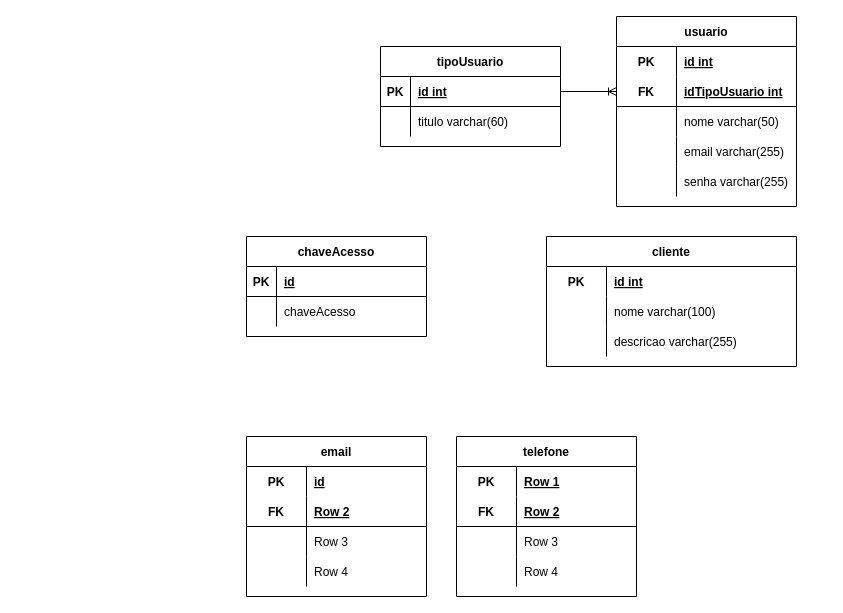
LimaGustav/BlockTime keeps this draw.io diagram as page "Modelagem Lógica" (3 of 4) of Der.drawio. Above is the earlier version. Source tidied: cells renumbered, new cells numbered last; positions are measured from the earlier drawing's top-left corner, leaving out a move shared by most shapes. Both pictures are drawn from the tidied source at 100%, with x=0, y=0 at pixel (246, 16).
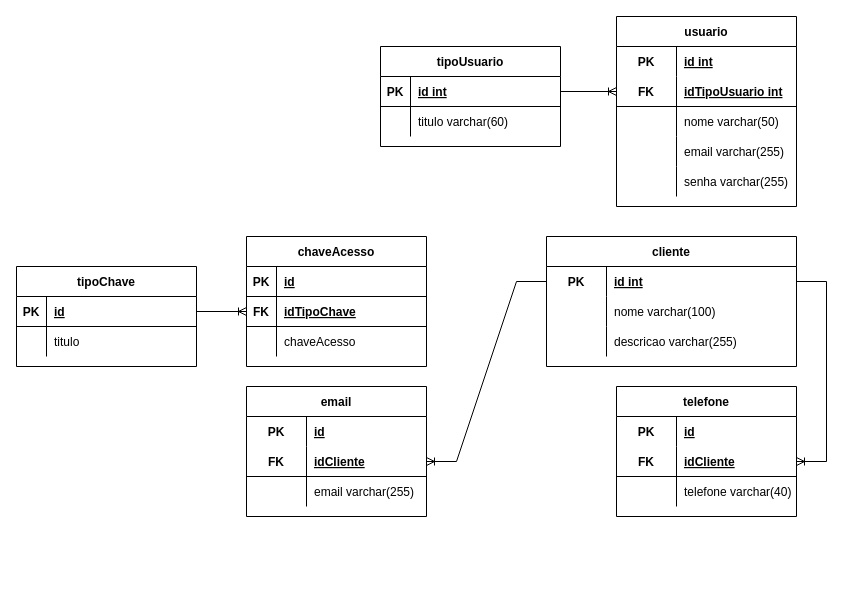
After the change.

Unchanged cells that the change refers to:
```xml
<mxCell id="26" style="shape=tableRow;horizontal=0;startSize=0;swimlaneHead=0;swimlaneBody=0;fillColor=none;points=[[0,0.5],[1,0.5]];portConstraint=eastwest;top=0;left=0;right=0;bottom=0;" parent="25" vertex="1">
  <mxGeometry y="30" width="250" height="30" as="geometry" />
</mxCell>
<mxCell id="47" style="shape=tableRow;horizontal=0;startSize=0;swimlaneHead=0;swimlaneBody=0;fillColor=none;points=[[0,0.5],[1,0.5]];portConstraint=eastwest;top=0;left=0;right=0;bottom=1;" parent="43" vertex="1">
  <mxGeometry y="60" width="180" height="30" as="geometry" />
</mxCell>
<mxCell id="50" style="shape=tableRow;horizontal=0;startSize=0;swimlaneHead=0;swimlaneBody=0;fillColor=none;top=0;left=0;right=0;bottom=0;" parent="43" vertex="1">
  <mxGeometry y="90" width="180" height="30" as="geometry" />
</mxCell>
<mxCell id="57" style="shape=tableRow;horizontal=0;startSize=0;swimlaneHead=0;swimlaneBody=0;fillColor=none;top=0;left=0;right=0;bottom=0;" parent="56" vertex="1">
  <mxGeometry y="30" width="180" height="30" as="geometry" />
</mxCell>
<mxCell id="60" style="shape=tableRow;horizontal=0;startSize=0;swimlaneHead=0;swimlaneBody=0;fillColor=none;points=[[0,0.5],[1,0.5]];portConstraint=eastwest;top=0;left=0;right=0;bottom=1;" parent="56" vertex="1">
  <mxGeometry y="60" width="180" height="30" as="geometry" />
</mxCell>
<mxCell id="63" style="shape=tableRow;horizontal=0;startSize=0;swimlaneHead=0;swimlaneBody=0;fillColor=none;top=0;left=0;right=0;bottom=0;" parent="56" vertex="1">
  <mxGeometry y="90" width="180" height="30" as="geometry" />
</mxCell>
```

What changed in the source:
```diff
@@
     <mxCell id="36" value="chaveAcesso" style="shape=table;startSize=30;childLayout=tableLayout;rowLines=0;fontStyle=1;align=center;" parent="1" vertex="1">
-      <mxGeometry y="220" width="180" height="100" as="geometry" />
+      <mxGeometry y="220" width="180" height="130" as="geometry" />
     </mxCell>
@@
+    <mxCell id="69" style="shape=tableRow;horizontal=0;startSize=0;swimlaneHead=0;swimlaneBody=0;fillColor=none;points=[[0,0.5],[1,0.5]];portConstraint=eastwest;top=0;left=0;right=0;bottom=1;" parent="36" vertex="1">
+      <mxGeometry y="60" width="180" height="30" as="geometry" />
+    </mxCell>
+    <mxCell id="70" value="FK" style="shape=partialRectangle;fillColor=none;top=0;left=0;bottom=0;right=0;fontStyle=1;overflow=hidden;" parent="69" vertex="1">
+      <mxGeometry width="30" height="30" as="geometry" />
+    </mxCell>
+    <mxCell id="71" value="idTipoChave" style="shape=partialRectangle;fillColor=none;top=0;left=0;bottom=0;right=0;align=left;spacingLeft=6;fontStyle=5;overflow=hidden;" parent="69" vertex="1">
+      <mxGeometry x="30" width="150" height="30" as="geometry" />
+    </mxCell>
     <mxCell id="40" style="shape=tableRow;horizontal=0;startSize=0;swimlaneHead=0;swimlaneBody=0;fillColor=none;top=0;left=0;right=0;bottom=0;" parent="36" vertex="1">
-      <mxGeometry y="60" width="180" height="30" as="geometry" />
+      <mxGeometry y="90" width="180" height="30" as="geometry" />
     </mxCell>
@@
     <mxCell id="43" value="email" style="shape=table;startSize=30;childLayout=tableLayout;rowLines=0;fontStyle=1;align=center;" parent="1" vertex="1">
-      <mxGeometry y="420" width="180" height="160" as="geometry" />
+      <mxGeometry y="370" width="180" height="130" as="geometry" />
     </mxCell>
@@
-    <mxCell id="49" value="Row 2" style="shape=partialRectangle;fillColor=none;top=0;left=0;bottom=0;right=0;align=left;spacingLeft=6;fontStyle=5;overflow=hidden;" parent="47" vertex="1">
+    <mxCell id="49" value="idCliente" style="shape=partialRectangle;fillColor=none;top=0;left=0;bottom=0;right=0;align=left;spacingLeft=6;fontStyle=5;overflow=hidden;" parent="47" vertex="1">
       <mxGeometry x="60" width="120" height="30" as="geometry" />
     </mxCell>
@@
-    <mxCell id="52" value="Row 3" style="shape=partialRectangle;fillColor=none;top=0;left=0;bottom=0;right=0;align=left;spacingLeft=6;overflow=hidden;" parent="50" vertex="1">
+    <mxCell id="52" value="email varchar(255)" style="shape=partialRectangle;fillColor=none;top=0;left=0;bottom=0;right=0;align=left;spacingLeft=6;overflow=hidden;" parent="50" vertex="1">
       <mxGeometry x="60" width="120" height="30" as="geometry" />
     </mxCell>
-    <mxCell id="53" style="shape=tableRow;horizontal=0;startSize=0;swimlaneHead=0;swimlaneBody=0;fillColor=none;top=0;left=0;right=0;bottom=0;" parent="43" vertex="1">
-      <mxGeometry y="120" width="180" height="30" as="geometry" />
-    </mxCell>
-    <mxCell id="54" style="shape=partialRectangle;fillColor=none;top=0;left=0;bottom=0;right=0;overflow=hidden;" parent="53" vertex="1">
-      <mxGeometry width="60" height="30" as="geometry" />
-    </mxCell>
-    <mxCell id="55" value="Row 4" style="shape=partialRectangle;fillColor=none;top=0;left=0;bottom=0;right=0;align=left;spacingLeft=6;overflow=hidden;" parent="53" vertex="1">
-      <mxGeometry x="60" width="120" height="30" as="geometry" />
-    </mxCell>
     <mxCell id="56" value="telefone" style="shape=table;startSize=30;childLayout=tableLayout;rowLines=0;fontStyle=1;align=center;" parent="1" vertex="1">
-      <mxGeometry x="210" y="420" width="180" height="160" as="geometry" />
+      <mxGeometry x="370" y="370" width="180" height="130" as="geometry" />
     </mxCell>
@@
-    <mxCell id="59" value="Row 1" style="shape=partialRectangle;fillColor=none;top=0;left=0;bottom=0;right=0;align=left;spacingLeft=6;fontStyle=5;overflow=hidden;" parent="57" vertex="1">
+    <mxCell id="59" value="id" style="shape=partialRectangle;fillColor=none;top=0;left=0;bottom=0;right=0;align=left;spacingLeft=6;fontStyle=5;overflow=hidden;" parent="57" vertex="1">
       <mxGeometry x="60" width="120" height="30" as="geometry" />
     </mxCell>
@@
-    <mxCell id="62" value="Row 2" style="shape=partialRectangle;fillColor=none;top=0;left=0;bottom=0;right=0;align=left;spacingLeft=6;fontStyle=5;overflow=hidden;" parent="60" vertex="1">
+    <mxCell id="62" value="idCliente" style="shape=partialRectangle;fillColor=none;top=0;left=0;bottom=0;right=0;align=left;spacingLeft=6;fontStyle=5;overflow=hidden;" parent="60" vertex="1">
       <mxGeometry x="60" width="120" height="30" as="geometry" />
     </mxCell>
@@
-    <mxCell id="65" value="Row 3" style="shape=partialRectangle;fillColor=none;top=0;left=0;bottom=0;right=0;align=left;spacingLeft=6;overflow=hidden;" parent="63" vertex="1">
+    <mxCell id="65" value="telefone varchar(40)" style="shape=partialRectangle;fillColor=none;top=0;left=0;bottom=0;right=0;align=left;spacingLeft=6;overflow=hidden;" parent="63" vertex="1">
       <mxGeometry x="60" width="120" height="30" as="geometry" />
     </mxCell>
-    <mxCell id="66" style="shape=tableRow;horizontal=0;startSize=0;swimlaneHead=0;swimlaneBody=0;fillColor=none;top=0;left=0;right=0;bottom=0;" parent="56" vertex="1">
-      <mxGeometry y="120" width="180" height="30" as="geometry" />
-    </mxCell>
-    <mxCell id="67" style="shape=partialRectangle;fillColor=none;top=0;left=0;bottom=0;right=0;overflow=hidden;" parent="66" vertex="1">
-      <mxGeometry width="60" height="30" as="geometry" />
-    </mxCell>
-    <mxCell id="68" value="Row 4" style="shape=partialRectangle;fillColor=none;top=0;left=0;bottom=0;right=0;align=left;spacingLeft=6;overflow=hidden;" parent="66" vertex="1">
-      <mxGeometry x="60" width="120" height="30" as="geometry" />
-    </mxCell>
+    <mxCell id="72" value="tipoChave" style="shape=table;startSize=30;childLayout=tableLayout;rowLines=0;fontStyle=1;align=center;" parent="1" vertex="1">
+      <mxGeometry x="-230" y="250" width="180" height="100" as="geometry" />
+    </mxCell>
+    <mxCell id="73" style="shape=tableRow;horizontal=0;startSize=0;swimlaneHead=0;swimlaneBody=0;fillColor=none;points=[[0,0.5],[1,0.5]];portConstraint=eastwest;top=0;left=0;right=0;bottom=1;" parent="72" vertex="1">
+      <mxGeometry y="30" width="180" height="30" as="geometry" />
+    </mxCell>
+    <mxCell id="74" value="PK" style="shape=partialRectangle;fillColor=none;top=0;left=0;bottom=0;right=0;fontStyle=1;overflow=hidden;" parent="73" vertex="1">
+      <mxGeometry width="30" height="30" as="geometry" />
+    </mxCell>
+    <mxCell id="75" value="id" style="shape=partialRectangle;fillColor=none;top=0;left=0;bottom=0;right=0;align=left;spacingLeft=6;fontStyle=5;overflow=hidden;" parent="73" vertex="1">
+      <mxGeometry x="30" width="150" height="30" as="geometry" />
+    </mxCell>
+    <mxCell id="76" style="shape=tableRow;horizontal=0;startSize=0;swimlaneHead=0;swimlaneBody=0;fillColor=none;top=0;left=0;right=0;bottom=0;" parent="72" vertex="1">
+      <mxGeometry y="60" width="180" height="30" as="geometry" />
+    </mxCell>
+    <mxCell id="77" style="shape=partialRectangle;fillColor=none;top=0;left=0;bottom=0;right=0;overflow=hidden;" parent="76" vertex="1">
+      <mxGeometry width="30" height="30" as="geometry" />
+    </mxCell>
+    <mxCell id="78" value="titulo" style="shape=partialRectangle;fillColor=none;top=0;left=0;bottom=0;right=0;align=left;spacingLeft=6;overflow=hidden;" parent="76" vertex="1">
+      <mxGeometry x="30" width="150" height="30" as="geometry" />
+    </mxCell>
+    <mxCell id="79" style="edgeStyle=entityRelationEdgeStyle;fontSize=12;html=1;endArrow=ERoneToMany;rounded=0;" parent="1" edge="1" source="73" target="69">
+      <mxGeometry relative="1" as="geometry" />
+    </mxCell>
+    <mxCell id="80" style="edgeStyle=entityRelationEdgeStyle;fontSize=12;html=1;endArrow=ERoneToMany;rounded=0;" parent="1" edge="1" source="26" target="60">
+      <mxGeometry relative="1" as="geometry" />
+    </mxCell>
+    <mxCell id="81" style="edgeStyle=entityRelationEdgeStyle;fontSize=12;html=1;endArrow=ERoneToMany;rounded=0;" parent="1" edge="1" source="26" target="47">
+      <mxGeometry relative="1" as="geometry" />
+    </mxCell>
```
